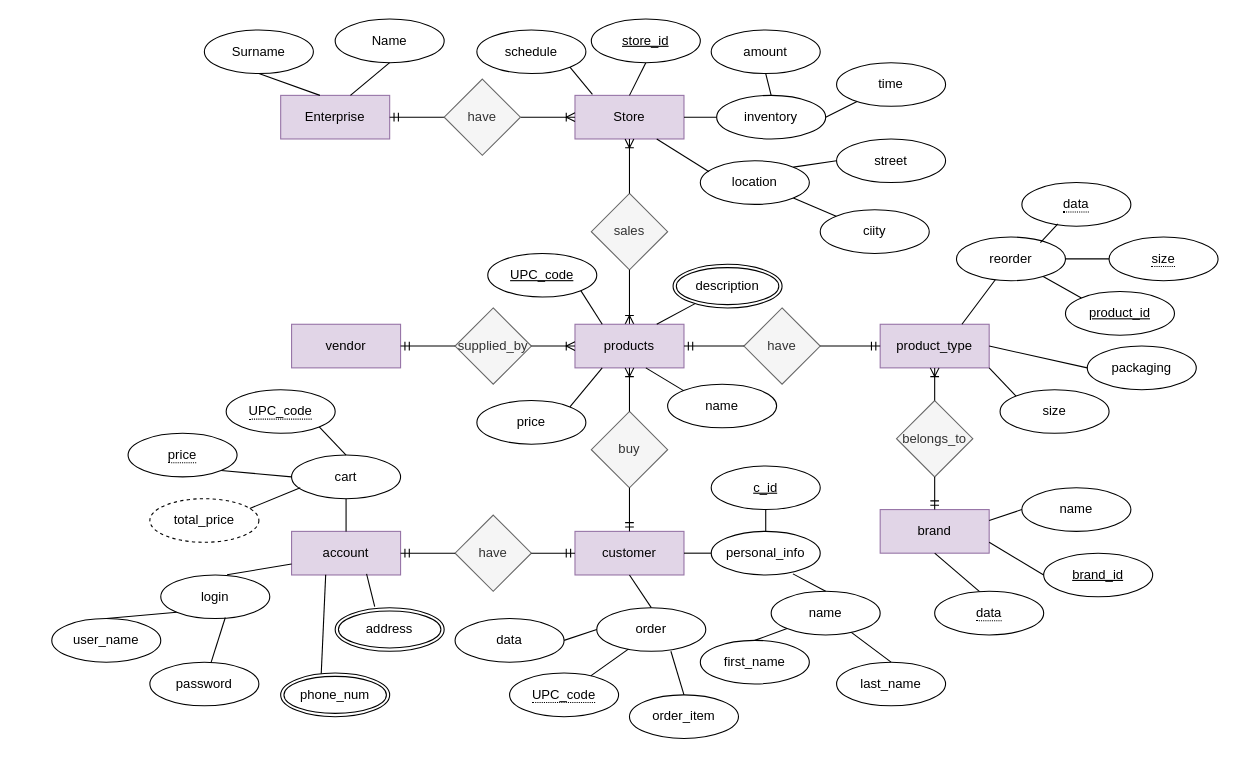
Above: Untitled Diagram.drawio in Sayakhatova/DBlab (draw.io), before the change. Source tidied: cells renumbered, new cells numbered last; positions are measured from the earlier drawing's top-left corner, leaving out a move shared by most shapes. Both pictures are drawn from the tidied source at 109%, with x=0, y=0 at pixel (51, 19).
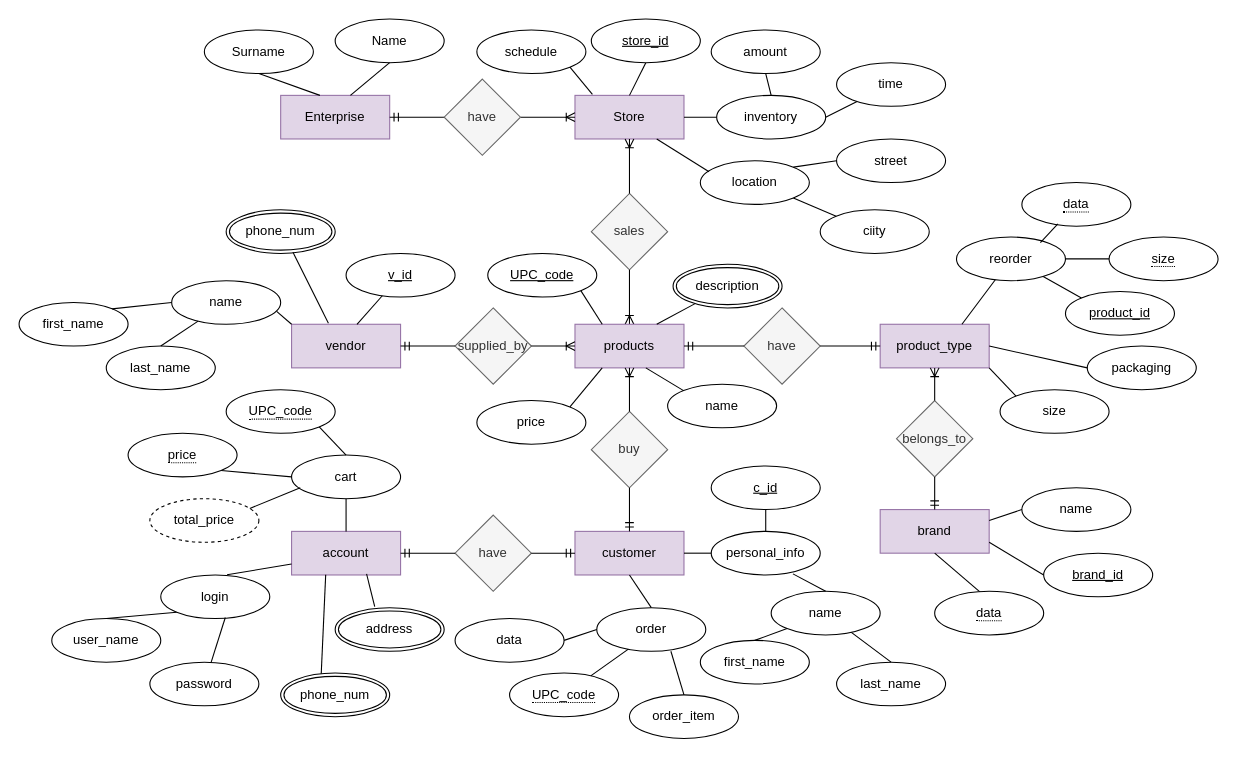
The same diagram, later.

The change refers to these unchanged cells:
```xml
<mxCell id="34" value="vendor" style="whiteSpace=wrap;html=1;align=center;rounded=0;sketch=0;fillColor=#e1d5e7;strokeColor=#9673a6;" parent="1" vertex="1">
  <mxGeometry x="220" y="280" width="100" height="40" as="geometry" />
</mxCell>
```

Change to the diagram source:
```diff
@@
+    <mxCell id="114" value="v_id" style="ellipse;whiteSpace=wrap;html=1;align=center;fontStyle=4;rounded=0;sketch=0;" parent="1" vertex="1">
+      <mxGeometry x="270" y="215" width="100" height="40" as="geometry" />
+    </mxCell>
+    <mxCell id="115" style="endArrow=none;html=1;rounded=0;sketch=0;" parent="1" edge="1" target="114">
+      <mxGeometry relative="1" as="geometry">
+        <mxPoint x="280" y="280" as="sourcePoint" />
+      </mxGeometry>
+    </mxCell>
+    <mxCell id="116" value="name" style="ellipse;whiteSpace=wrap;html=1;align=center;rounded=0;sketch=0;" parent="1" vertex="1">
+      <mxGeometry x="110" y="240" width="100" height="40" as="geometry" />
+    </mxCell>
+    <mxCell id="117" value="first_name" style="ellipse;whiteSpace=wrap;html=1;align=center;rounded=0;sketch=0;" parent="1" vertex="1">
+      <mxGeometry x="-30" y="260" width="100" height="40" as="geometry" />
+    </mxCell>
+    <mxCell id="118" value="last_name" style="ellipse;whiteSpace=wrap;html=1;align=center;rounded=0;sketch=0;" parent="1" vertex="1">
+      <mxGeometry x="50" y="300" width="100" height="40" as="geometry" />
+    </mxCell>
+    <mxCell id="119" style="endArrow=none;html=1;rounded=0;sketch=0;exitX=0.5;exitY=0;exitDx=0;exitDy=0;" parent="1" edge="1" source="118" target="116">
+      <mxGeometry relative="1" as="geometry" />
+    </mxCell>
+    <mxCell id="120" style="endArrow=none;html=1;rounded=0;sketch=0;exitX=1;exitY=0;exitDx=0;exitDy=0;entryX=0;entryY=0.5;entryDx=0;entryDy=0;" parent="1" edge="1" source="117" target="116">
+      <mxGeometry relative="1" as="geometry" />
+    </mxCell>
+    <mxCell id="121" style="endArrow=none;html=1;rounded=0;sketch=0;exitX=0.963;exitY=0.704;exitDx=0;exitDy=0;entryX=0;entryY=0;entryDx=0;entryDy=0;exitPerimeter=0;" parent="1" edge="1" source="116" target="34">
+      <mxGeometry relative="1" as="geometry" />
+    </mxCell>
+    <mxCell id="122" value="phone_num" style="ellipse;shape=doubleEllipse;margin=3;whiteSpace=wrap;html=1;align=center;rounded=0;sketch=0;" parent="1" vertex="1">
+      <mxGeometry x="160" y="175" width="100" height="40" as="geometry" />
+    </mxCell>
+    <mxCell id="123" style="endArrow=none;html=1;rounded=0;sketch=0;exitX=0.613;exitY=0.975;exitDx=0;exitDy=0;exitPerimeter=0;entryX=0.338;entryY=-0.025;entryDx=0;entryDy=0;entryPerimeter=0;" parent="1" edge="1" source="122" target="34">
+      <mxGeometry relative="1" as="geometry" />
+    </mxCell>
```
